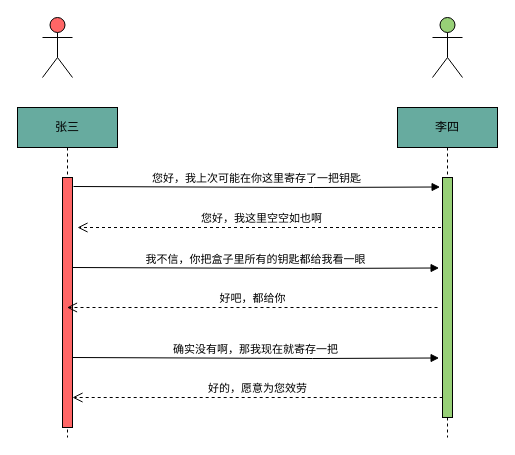
This is 3.drawio from LoganChan1990/git_skills, a draw.io file, before an edit. Source tidied: cells renumbered, new cells numbered last; positions are measured from the earlier drawing's top-left corner, leaving out a move shared by most shapes. Both pictures are drawn from the tidied source at 100%, with x=0, y=0 at pixel (17, 17).
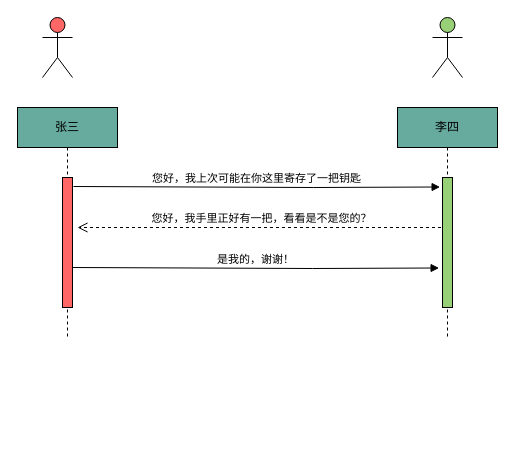
The same page after the edit.

The edit, as a diff of the source:
```diff
@@
     <mxCell id="2" value="张三" style="shape=umlLifeline;perimeter=lifelinePerimeter;whiteSpace=wrap;html=1;outlineConnect=0;fillColor=#67AB9F;" parent="1" vertex="1">
-      <mxGeometry y="90" width="100" height="330" as="geometry" />
+      <mxGeometry y="90" width="100" height="230" as="geometry" />
     </mxCell>
     <mxCell id="3" style="html=1;perimeter=orthogonalPerimeter;fillColor=#FF6666;" parent="2" vertex="1">
-      <mxGeometry x="45" y="70" width="10" height="250" as="geometry" />
+      <mxGeometry x="45" y="70" width="10" height="130" as="geometry" />
     </mxCell>
-    <mxCell id="4" value="您好，我这里空空如也啊" style="html=1;verticalAlign=bottom;endArrow=open;dashed=1;endSize=8;rounded=0;" parent="2" edge="1" source="5">
+    <mxCell id="4" value="您好，我手里正好有一把，看看是不是您的？" style="html=1;verticalAlign=bottom;endArrow=open;dashed=1;endSize=8;rounded=0;" parent="2" edge="1" source="5">
       <mxGeometry relative="1" as="geometry">
         <mxPoint x="60" y="120" as="targetPoint" />
       </mxGeometry>
     </mxCell>
     <mxCell id="5" value="李四" style="shape=umlLifeline;perimeter=lifelinePerimeter;whiteSpace=wrap;html=1;outlineConnect=0;fillColor=#67AB9F;" parent="1" vertex="1">
-      <mxGeometry x="380" y="90" width="100" height="330" as="geometry" />
+      <mxGeometry x="380" y="90" width="100" height="230" as="geometry" />
     </mxCell>
     <mxCell id="6" style="html=1;perimeter=orthogonalPerimeter;fillColor=#97D077;" parent="5" vertex="1">
-      <mxGeometry x="45" y="70" width="10" height="240" as="geometry" />
+      <mxGeometry x="45" y="70" width="10" height="130" as="geometry" />
     </mxCell>
@@
-    <mxCell id="10" value="我不信，你把盒子里所有的钥匙都给我看一眼" style="html=1;verticalAlign=bottom;endArrow=block;rounded=0;entryX=0.159;entryY=0.045;entryDx=0;entryDy=0;entryPerimeter=0;" parent="1" edge="1">
+    <mxCell id="10" value="是我的，谢谢！" style="html=1;verticalAlign=bottom;endArrow=block;rounded=0;entryX=0.159;entryY=0.045;entryDx=0;entryDy=0;entryPerimeter=0;" parent="1" edge="1">
       <mxGeometry relative="1" as="geometry">
         <mxPoint x="55" y="250" as="sourcePoint" />
         <mxPoint x="421.6" y="250.5" as="targetPoint" />
         <Array as="points">
           <mxPoint x="295" y="251" />
         </Array>
       </mxGeometry>
     </mxCell>
-    <mxCell id="11" value="好吧，都给你" style="html=1;verticalAlign=bottom;endArrow=open;dashed=1;endSize=8;rounded=0;" parent="1" edge="1" target="2">
-      <mxGeometry relative="1" as="geometry">
-        <mxPoint x="420" y="290" as="sourcePoint" />
-      </mxGeometry>
-    </mxCell>
-    <mxCell id="12" value="确实没有啊，那我现在就寄存一把" style="html=1;verticalAlign=bottom;endArrow=block;rounded=0;entryX=0.159;entryY=0.045;entryDx=0;entryDy=0;entryPerimeter=0;" parent="1" edge="1">
-      <mxGeometry relative="1" as="geometry">
-        <mxPoint x="55" y="340" as="sourcePoint" />
-        <mxPoint x="421.6" y="340.5" as="targetPoint" />
-        <Array as="points">
-          <mxPoint x="295" y="341" />
-        </Array>
-      </mxGeometry>
-    </mxCell>
-    <mxCell id="13" value="好的，愿意为您效劳" style="html=1;verticalAlign=bottom;endArrow=open;dashed=1;endSize=8;rounded=0;" parent="1" edge="1">
-      <mxGeometry relative="1" as="geometry">
-        <mxPoint x="425.2" y="380" as="sourcePoint" />
-        <mxPoint x="55" y="380" as="targetPoint" />
-      </mxGeometry>
-    </mxCell>
```
